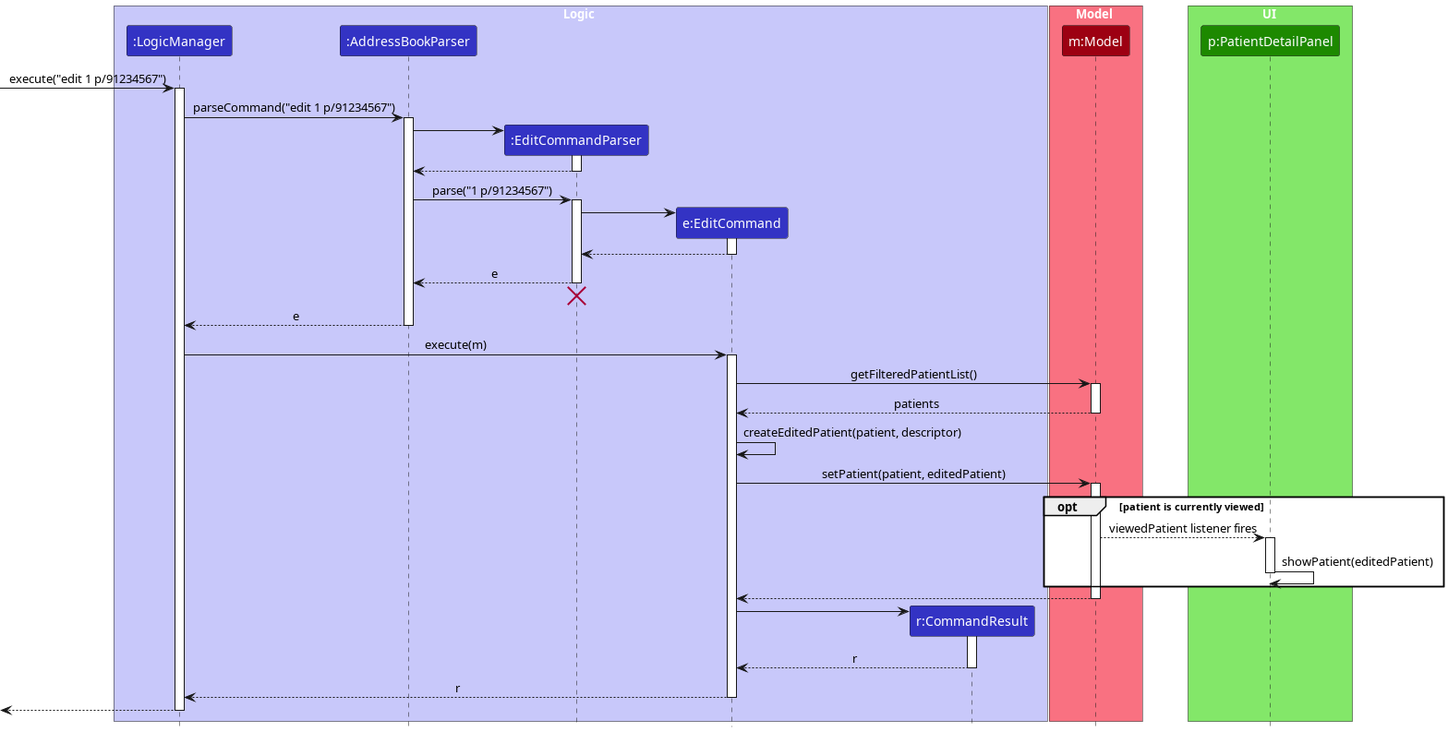
Earlier version of the PlantUML export docs/diagrams/EditSequenceDiagram.png (AY2627S1-CS2103T-W08-1/tp).
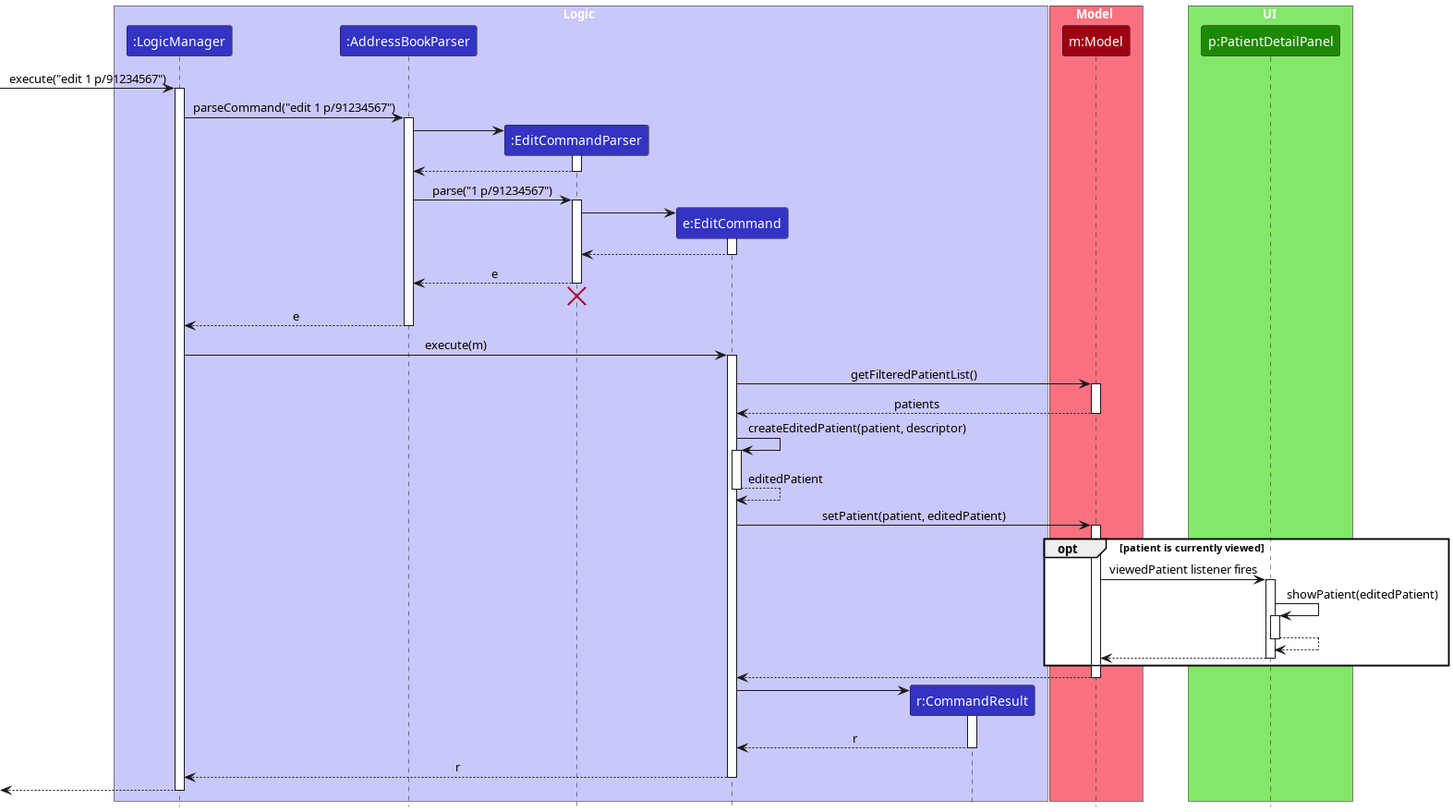
The same file after the commit.

Commit message:
Refine edit sequence documentation

Diff of the diagram source:
```diff
@@ -59,15 +59,25 @@
 deactivate Model
 
 EditCommand -> EditCommand : createEditedPatient(patient, descriptor)
+activate EditCommand
+
+EditCommand --> EditCommand : editedPatient
+deactivate EditCommand
 
 EditCommand -> Model : setPatient(patient, editedPatient)
 activate Model
 
 opt patient is currently viewed
-Model --> PatientDetailPanel : viewedPatient listener fires
+Model -> PatientDetailPanel : viewedPatient listener fires
 activate PatientDetailPanel
 
 PatientDetailPanel -> PatientDetailPanel : showPatient(editedPatient)
+activate PatientDetailPanel
+
+PatientDetailPanel --> PatientDetailPanel
+deactivate PatientDetailPanel
+
+PatientDetailPanel --> Model
 deactivate PatientDetailPanel
 end
 
```
